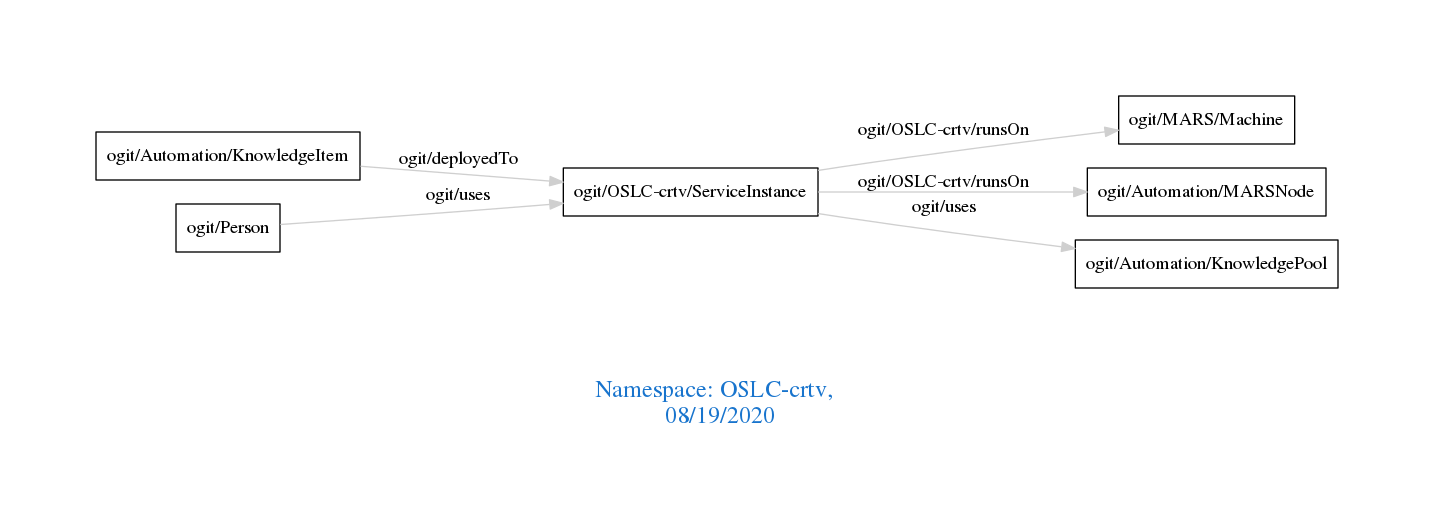
arago/OGIT keeps this Graphviz diagram as downloads/OSLC-crtv.png. Above is the earlier version. Its source is kept beside it as downloads/OSLC-crtv.dot.
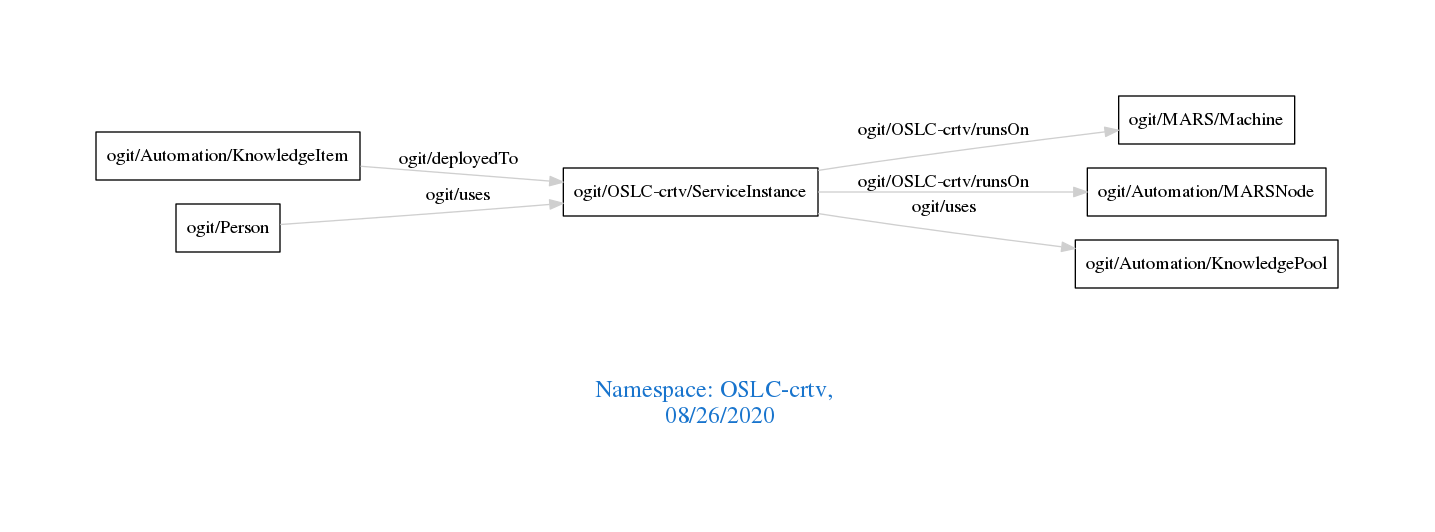
Later version of the same file.

Change to the diagram source:
```diff
@@ -1,7 +1,7 @@
 digraph OGIT_ontology {
  graph [ rankdir= LR,pad=1
 fontsize = 18,
-fontcolor= dodgerblue3,label = "\n\n\nNamespace: OSLC-crtv, \n 08/19/2020"];
+fontcolor= dodgerblue3,label = "\n\n\nNamespace: OSLC-crtv, \n 08/26/2020"];
 node[shape=polygon];
 edge [  color="gray81"];
 
```
